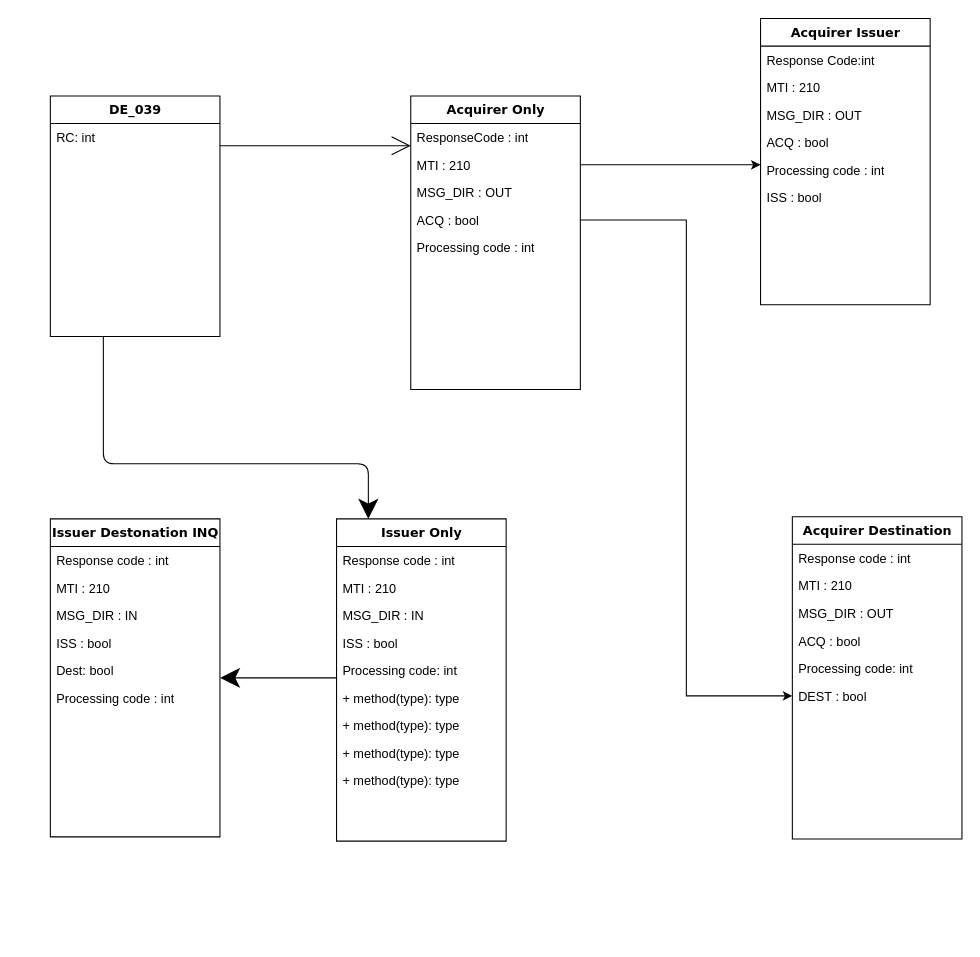
This is page "Page-1" (1 of 2) of Untitled Diagram.drawio from AndifaNaufal/PIC-16F877A, a draw.io file, before an edit. Source tidied: cells renumbered, new cells numbered last; positions are measured from the earlier drawing's top-left corner, leaving out a move shared by most shapes. Both pictures are drawn from the tidied source at 106%, with x=0, y=0 at pixel (50, 18).
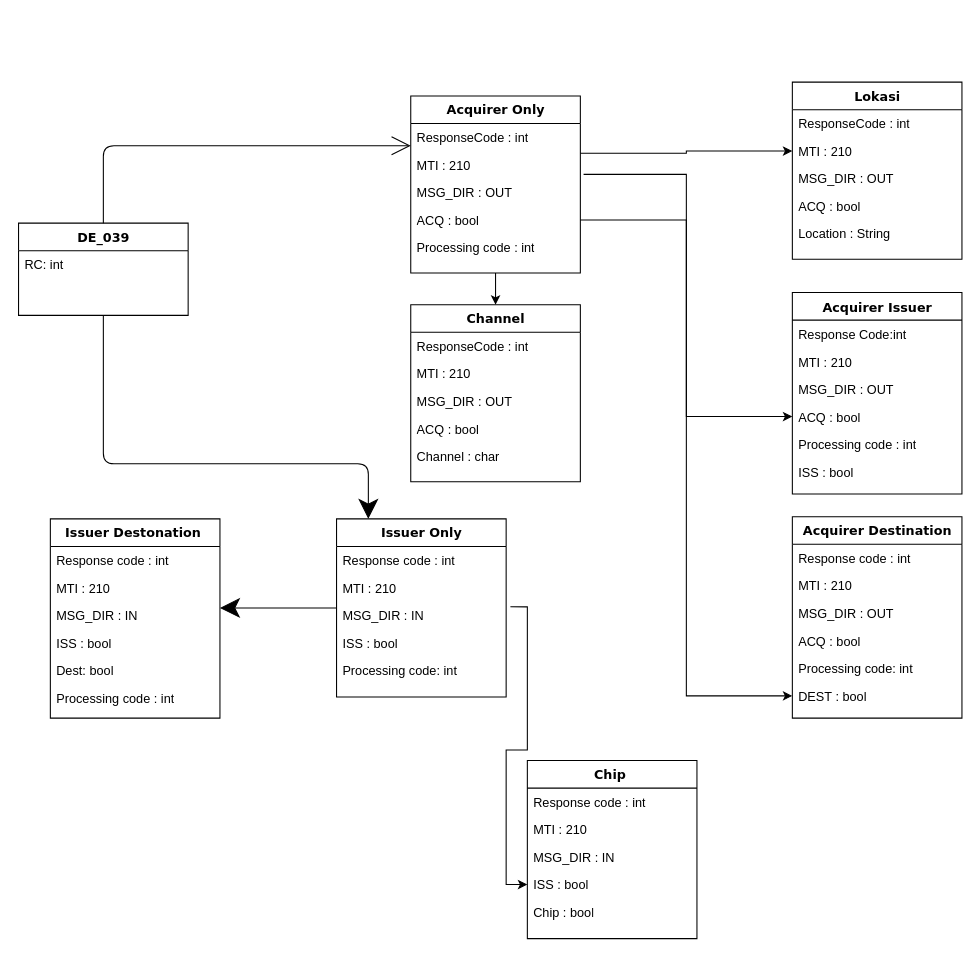
The same page after the edit.

Unchanged cells that the change refers to:
```xml
<mxCell id="7" value="MTI : 210" style="text;html=1;strokeColor=none;fillColor=none;align=left;verticalAlign=top;spacingLeft=4;spacingRight=4;whiteSpace=wrap;overflow=hidden;points=[[0,0.5],[1,0.5]];portConstraint=eastwest;" parent="5" vertex="1">
  <mxGeometry y="52" width="160" height="26" as="geometry" />
</mxCell>
<mxCell id="8" value="MSG_DIR : OUT" style="text;html=1;strokeColor=none;fillColor=none;align=left;verticalAlign=top;spacingLeft=4;spacingRight=4;whiteSpace=wrap;overflow=hidden;points=[[0,0.5],[1,0.5]];portConstraint=eastwest;" parent="5" vertex="1">
  <mxGeometry y="78" width="160" height="26" as="geometry" />
</mxCell>
<mxCell id="22" value="MSG_DIR : IN" style="text;html=1;strokeColor=none;fillColor=none;align=left;verticalAlign=top;spacingLeft=4;spacingRight=4;whiteSpace=wrap;overflow=hidden;points=[[0,0.5],[1,0.5]];portConstraint=eastwest;" parent="19" vertex="1">
  <mxGeometry y="78" width="160" height="26" as="geometry" />
</mxCell>
<mxCell id="34" value="ACQ : bool" style="text;html=1;strokeColor=none;fillColor=none;align=left;verticalAlign=top;spacingLeft=4;spacingRight=4;whiteSpace=wrap;overflow=hidden;points=[[0,0.5],[1,0.5]];portConstraint=eastwest;" parent="30" vertex="1">
  <mxGeometry y="104" width="160" height="26" as="geometry" />
</mxCell>
<mxCell id="35" value="Processing code : int" style="text;html=1;strokeColor=none;fillColor=none;align=left;verticalAlign=top;spacingLeft=4;spacingRight=4;whiteSpace=wrap;overflow=hidden;points=[[0,0.5],[1,0.5]];portConstraint=eastwest;" parent="30" vertex="1">
  <mxGeometry y="130" width="160" height="26" as="geometry" />
</mxCell>
```

The edit, as a diff of the source:
```diff
@@
     <mxCell id="3" value="DE_039" style="swimlane;html=1;fontStyle=1;align=center;verticalAlign=top;horizontal=1;startSize=26;swimlaneFillColor=#ffffff;rounded=0;shadow=0;comic=0;labelBackgroundColor=none;strokeWidth=1;fillColor=none;fontFamily=Verdana;fontSize=12;" parent="1" vertex="1">
-      <mxGeometry y="73" width="160" height="227" as="geometry" />
+      <mxGeometry x="-30" y="193" width="160" height="87" as="geometry" />
     </mxCell>
@@
     <mxCell id="5" value="Acquirer Only" style="swimlane;html=1;fontStyle=1;align=center;verticalAlign=top;horizontal=1;startSize=26;swimlaneFillColor=#ffffff;rounded=0;shadow=0;comic=0;labelBackgroundColor=none;strokeWidth=1;fillColor=none;fontFamily=Verdana;fontSize=12;" parent="1" vertex="1">
-      <mxGeometry x="340" y="73" width="160" height="277" as="geometry" />
+      <mxGeometry x="340" y="73" width="160" height="167" as="geometry" />
     </mxCell>
@@
-    <mxCell id="12" value="Issuer Destonation INQ" style="swimlane;html=1;fontStyle=1;align=center;verticalAlign=top;horizontal=1;startSize=26;swimlaneFillColor=#ffffff;rounded=0;shadow=0;comic=0;labelBackgroundColor=none;strokeWidth=1;fillColor=none;fontFamily=Verdana;fontSize=12;" parent="1" vertex="1">
-      <mxGeometry y="472" width="160" height="300" as="geometry" />
+    <mxCell id="12" value="Issuer Destonation&amp;nbsp;" style="swimlane;html=1;fontStyle=1;align=center;verticalAlign=top;horizontal=1;startSize=26;swimlaneFillColor=#ffffff;rounded=0;shadow=0;comic=0;labelBackgroundColor=none;strokeWidth=1;fillColor=none;fontFamily=Verdana;fontSize=12;" parent="1" vertex="1">
+      <mxGeometry y="472" width="160" height="188" as="geometry" />
     </mxCell>
@@
     <mxCell id="19" value="Issuer Only" style="swimlane;html=1;fontStyle=1;align=center;verticalAlign=top;horizontal=1;startSize=26;swimlaneFillColor=#ffffff;rounded=0;shadow=0;comic=0;labelBackgroundColor=none;strokeWidth=1;fillColor=none;fontFamily=Verdana;fontSize=12;" parent="1" vertex="1">
-      <mxGeometry x="270" y="472" width="160" height="304" as="geometry" />
+      <mxGeometry x="270" y="472" width="160" height="168" as="geometry" />
     </mxCell>
@@
-    <mxCell id="25" value="+ method(type): type" style="text;html=1;strokeColor=none;fillColor=none;align=left;verticalAlign=top;spacingLeft=4;spacingRight=4;whiteSpace=wrap;overflow=hidden;" parent="19" vertex="1">
-      <mxGeometry y="156" width="160" height="26" as="geometry" />
-    </mxCell>
-    <mxCell id="26" value="+ method(type): type" style="text;html=1;strokeColor=none;fillColor=none;align=left;verticalAlign=top;spacingLeft=4;spacingRight=4;whiteSpace=wrap;overflow=hidden;" parent="19" vertex="1">
-      <mxGeometry y="182" width="160" height="26" as="geometry" />
-    </mxCell>
-    <mxCell id="27" value="+ method(type): type" style="text;html=1;strokeColor=none;fillColor=none;align=left;verticalAlign=top;spacingLeft=4;spacingRight=4;whiteSpace=wrap;overflow=hidden;" parent="19" vertex="1">
-      <mxGeometry y="208" width="160" height="26" as="geometry" />
-    </mxCell>
-    <mxCell id="28" value="+ method(type): type" style="text;html=1;strokeColor=none;fillColor=none;align=left;verticalAlign=top;spacingLeft=4;spacingRight=4;whiteSpace=wrap;overflow=hidden;" parent="19" vertex="1">
-      <mxGeometry y="234" width="160" height="26" as="geometry" />
-    </mxCell>
@@
     <mxCell id="30" value="Acquirer Issuer" style="swimlane;html=1;fontStyle=1;align=center;verticalAlign=top;horizontal=1;startSize=26;swimlaneFillColor=#ffffff;rounded=0;shadow=0;comic=0;labelBackgroundColor=none;strokeWidth=1;fillColor=none;fontFamily=Verdana;fontSize=12;" parent="1" vertex="1">
-      <mxGeometry x="670" width="160" height="270" as="geometry" />
+      <mxGeometry x="700" y="258.5" width="160" height="190" as="geometry" />
     </mxCell>
@@
     <mxCell id="37" value="Acquirer Destination" style="swimlane;html=1;fontStyle=1;align=center;verticalAlign=top;horizontal=1;startSize=26;swimlaneFillColor=#ffffff;rounded=0;shadow=0;comic=0;labelBackgroundColor=none;strokeWidth=1;fillColor=none;fontFamily=Verdana;fontSize=12;" parent="1" vertex="1">
-      <mxGeometry x="700" y="470" width="160" height="304" as="geometry" />
+      <mxGeometry x="700" y="470" width="160" height="190" as="geometry" />
     </mxCell>
@@
-    <mxCell id="45" style="edgeStyle=orthogonalEdgeStyle;rounded=0;jettySize=auto;html=1;exitX=1;exitY=0.5;exitDx=0;exitDy=0;startArrow=none;startFill=0;endArrow=classic;endFill=1;" parent="1" edge="1" source="7" target="35">
-      <mxGeometry relative="1" as="geometry">
-        <Array as="points">
-          <mxPoint x="650" y="138" />
-          <mxPoint x="650" y="138" />
-        </Array>
-      </mxGeometry>
-    </mxCell>
+    <mxCell id="46" style="edgeStyle=orthogonalEdgeStyle;rounded=0;jettySize=auto;html=1;exitX=0.5;exitY=0;exitDx=0;exitDy=0;entryX=0.5;entryY=1;entryDx=0;entryDy=0;startArrow=classic;startFill=1;endArrow=none;endFill=0;" parent="1" edge="1" source="47" target="5">
+      <mxGeometry relative="1" as="geometry" />
+    </mxCell>
+    <mxCell id="47" value="Channel" style="swimlane;html=1;fontStyle=1;align=center;verticalAlign=top;horizontal=1;startSize=26;swimlaneFillColor=#ffffff;rounded=0;shadow=0;comic=0;labelBackgroundColor=none;strokeWidth=1;fillColor=none;fontFamily=Verdana;fontSize=12;" parent="1" vertex="1">
+      <mxGeometry x="340" y="270" width="160" height="167" as="geometry" />
+    </mxCell>
+    <mxCell id="48" value="ResponseCode : int" style="text;html=1;strokeColor=none;fillColor=none;align=left;verticalAlign=top;spacingLeft=4;spacingRight=4;whiteSpace=wrap;overflow=hidden;" parent="47" vertex="1">
+      <mxGeometry y="26" width="160" height="26" as="geometry" />
+    </mxCell>
+    <mxCell id="49" value="MTI : 210" style="text;html=1;strokeColor=none;fillColor=none;align=left;verticalAlign=top;spacingLeft=4;spacingRight=4;whiteSpace=wrap;overflow=hidden;" parent="47" vertex="1">
+      <mxGeometry y="52" width="160" height="26" as="geometry" />
+    </mxCell>
+    <mxCell id="50" value="MSG_DIR : OUT" style="text;html=1;strokeColor=none;fillColor=none;align=left;verticalAlign=top;spacingLeft=4;spacingRight=4;whiteSpace=wrap;overflow=hidden;" parent="47" vertex="1">
+      <mxGeometry y="78" width="160" height="26" as="geometry" />
+    </mxCell>
+    <mxCell id="51" value="ACQ : bool" style="text;html=1;strokeColor=none;fillColor=none;align=left;verticalAlign=top;spacingLeft=4;spacingRight=4;whiteSpace=wrap;overflow=hidden;" parent="47" vertex="1">
+      <mxGeometry y="104" width="160" height="26" as="geometry" />
+    </mxCell>
+    <mxCell id="52" value="Channel : char&amp;nbsp;" style="text;html=1;strokeColor=none;fillColor=none;align=left;verticalAlign=top;spacingLeft=4;spacingRight=4;whiteSpace=wrap;overflow=hidden;" parent="47" vertex="1">
+      <mxGeometry y="130" width="160" height="26" as="geometry" />
+    </mxCell>
+    <mxCell id="53" style="edgeStyle=orthogonalEdgeStyle;rounded=0;jettySize=auto;html=1;exitX=0;exitY=0.5;exitDx=0;exitDy=0;entryX=1.019;entryY=-0.154;entryDx=0;entryDy=0;entryPerimeter=0;startArrow=classic;startFill=1;endArrow=none;endFill=0;" parent="1" edge="1" source="34" target="8">
+      <mxGeometry relative="1" as="geometry" />
+    </mxCell>
+    <mxCell id="54" value="Lokasi" style="swimlane;html=1;fontStyle=1;align=center;verticalAlign=top;horizontal=1;startSize=26;swimlaneFillColor=#ffffff;rounded=0;shadow=0;comic=0;labelBackgroundColor=none;strokeWidth=1;fillColor=none;fontFamily=Verdana;fontSize=12;" parent="1" vertex="1">
+      <mxGeometry x="700" y="60" width="160" height="167" as="geometry" />
+    </mxCell>
+    <mxCell id="55" value="ResponseCode : int" style="text;html=1;strokeColor=none;fillColor=none;align=left;verticalAlign=top;spacingLeft=4;spacingRight=4;whiteSpace=wrap;overflow=hidden;" parent="54" vertex="1">
+      <mxGeometry y="26" width="160" height="26" as="geometry" />
+    </mxCell>
+    <mxCell id="56" value="MTI : 210" style="text;html=1;strokeColor=none;fillColor=none;align=left;verticalAlign=top;spacingLeft=4;spacingRight=4;whiteSpace=wrap;overflow=hidden;points=[[0,0.5],[1,0.5]];portConstraint=eastwest;" parent="54" vertex="1">
+      <mxGeometry y="52" width="160" height="26" as="geometry" />
+    </mxCell>
+    <mxCell id="57" value="MSG_DIR : OUT" style="text;html=1;strokeColor=none;fillColor=none;align=left;verticalAlign=top;spacingLeft=4;spacingRight=4;whiteSpace=wrap;overflow=hidden;" parent="54" vertex="1">
+      <mxGeometry y="78" width="160" height="26" as="geometry" />
+    </mxCell>
+    <mxCell id="58" value="ACQ : bool" style="text;html=1;strokeColor=none;fillColor=none;align=left;verticalAlign=top;spacingLeft=4;spacingRight=4;whiteSpace=wrap;overflow=hidden;" parent="54" vertex="1">
+      <mxGeometry y="104" width="160" height="26" as="geometry" />
+    </mxCell>
+    <mxCell id="59" value="Location : String&amp;nbsp;" style="text;html=1;strokeColor=none;fillColor=none;align=left;verticalAlign=top;spacingLeft=4;spacingRight=4;whiteSpace=wrap;overflow=hidden;" parent="54" vertex="1">
+      <mxGeometry y="130" width="160" height="26" as="geometry" />
+    </mxCell>
+    <mxCell id="60" style="edgeStyle=orthogonalEdgeStyle;rounded=0;jettySize=auto;html=1;exitX=0;exitY=0.5;exitDx=0;exitDy=0;entryX=1;entryY=0.077;entryDx=0;entryDy=0;entryPerimeter=0;startArrow=classic;startFill=1;endArrow=none;endFill=0;" parent="1" edge="1" source="56" target="7">
+      <mxGeometry relative="1" as="geometry" />
+    </mxCell>
+    <mxCell id="61" value="Chip&amp;nbsp;" style="swimlane;html=1;fontStyle=1;align=center;verticalAlign=top;horizontal=1;startSize=26;swimlaneFillColor=#ffffff;rounded=0;shadow=0;comic=0;labelBackgroundColor=none;strokeWidth=1;fillColor=none;fontFamily=Verdana;fontSize=12;" parent="1" vertex="1">
+      <mxGeometry x="450" y="700" width="160" height="168" as="geometry" />
+    </mxCell>
+    <mxCell id="62" value="Response code : int" style="text;html=1;strokeColor=none;fillColor=none;align=left;verticalAlign=top;spacingLeft=4;spacingRight=4;whiteSpace=wrap;overflow=hidden;" parent="61" vertex="1">
+      <mxGeometry y="26" width="160" height="26" as="geometry" />
+    </mxCell>
+    <mxCell id="63" value="MTI : 210" style="text;html=1;strokeColor=none;fillColor=none;align=left;verticalAlign=top;spacingLeft=4;spacingRight=4;whiteSpace=wrap;overflow=hidden;" parent="61" vertex="1">
+      <mxGeometry y="52" width="160" height="26" as="geometry" />
+    </mxCell>
+    <mxCell id="64" value="MSG_DIR : IN" style="text;html=1;strokeColor=none;fillColor=none;align=left;verticalAlign=top;spacingLeft=4;spacingRight=4;whiteSpace=wrap;overflow=hidden;" parent="61" vertex="1">
+      <mxGeometry y="78" width="160" height="26" as="geometry" />
+    </mxCell>
+    <mxCell id="65" value="ISS : bool" style="text;html=1;strokeColor=none;fillColor=none;align=left;verticalAlign=top;spacingLeft=4;spacingRight=4;whiteSpace=wrap;overflow=hidden;points=[[0,0.5],[1,0.5]];portConstraint=eastwest;" parent="61" vertex="1">
+      <mxGeometry y="104" width="160" height="26" as="geometry" />
+    </mxCell>
+    <mxCell id="66" value="Chip : bool" style="text;html=1;strokeColor=none;fillColor=none;align=left;verticalAlign=top;spacingLeft=4;spacingRight=4;whiteSpace=wrap;overflow=hidden;" parent="61" vertex="1">
+      <mxGeometry y="130" width="160" height="26" as="geometry" />
+    </mxCell>
+    <mxCell id="67" style="edgeStyle=orthogonalEdgeStyle;rounded=0;jettySize=auto;html=1;exitX=0;exitY=0.5;exitDx=0;exitDy=0;entryX=1.025;entryY=0.192;entryDx=0;entryDy=0;entryPerimeter=0;startArrow=classic;startFill=1;endArrow=none;endFill=0;" parent="1" edge="1" source="65" target="22">
+      <mxGeometry relative="1" as="geometry" />
+    </mxCell>
```
